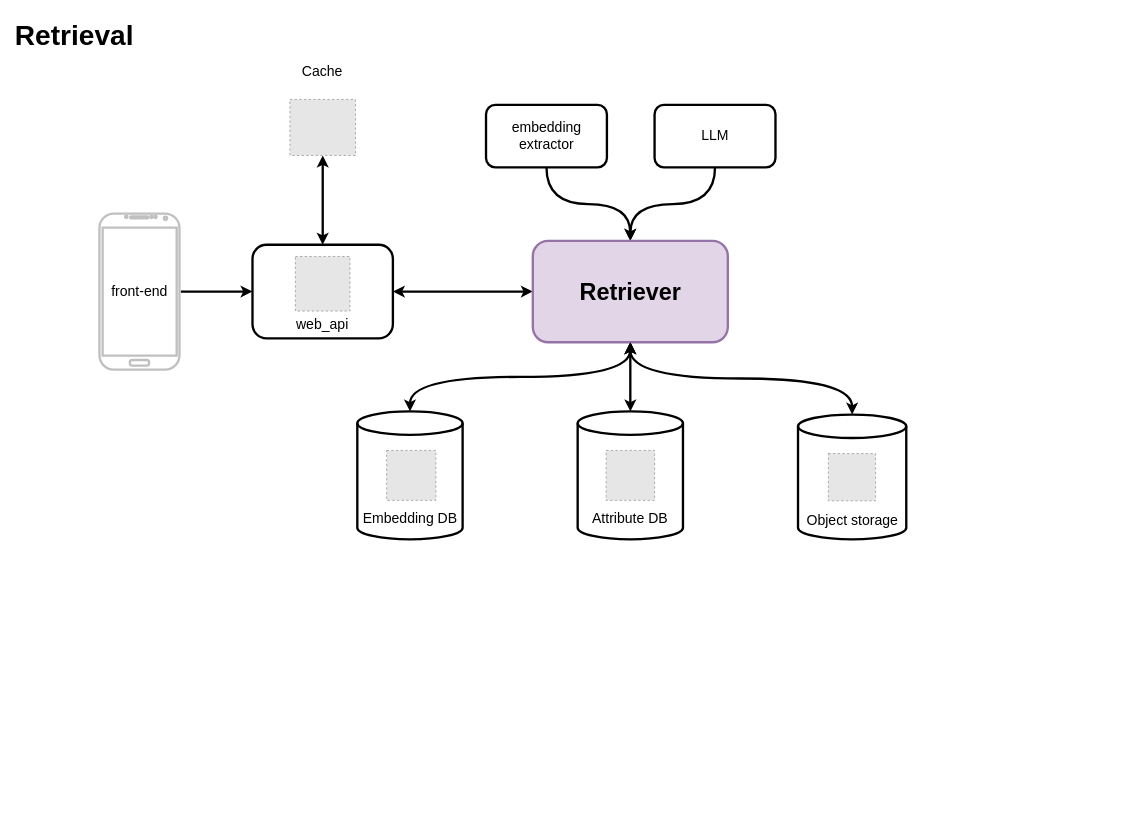
hoanghl/visual-retriever keeps this draw.io diagram as page "system-components" (1 of 5) of docs/system-diagram.drawio. Above is the earlier version. Source tidied: cells renumbered, new cells numbered last; positions are measured from the earlier drawing's top-left corner, leaving out a move shared by most shapes. Both pictures are drawn from the tidied source at 78%, with x=0, y=0 at pixel (13, 13). Pictures stored in the file or linked from it are replaced by grey dashed boxes.
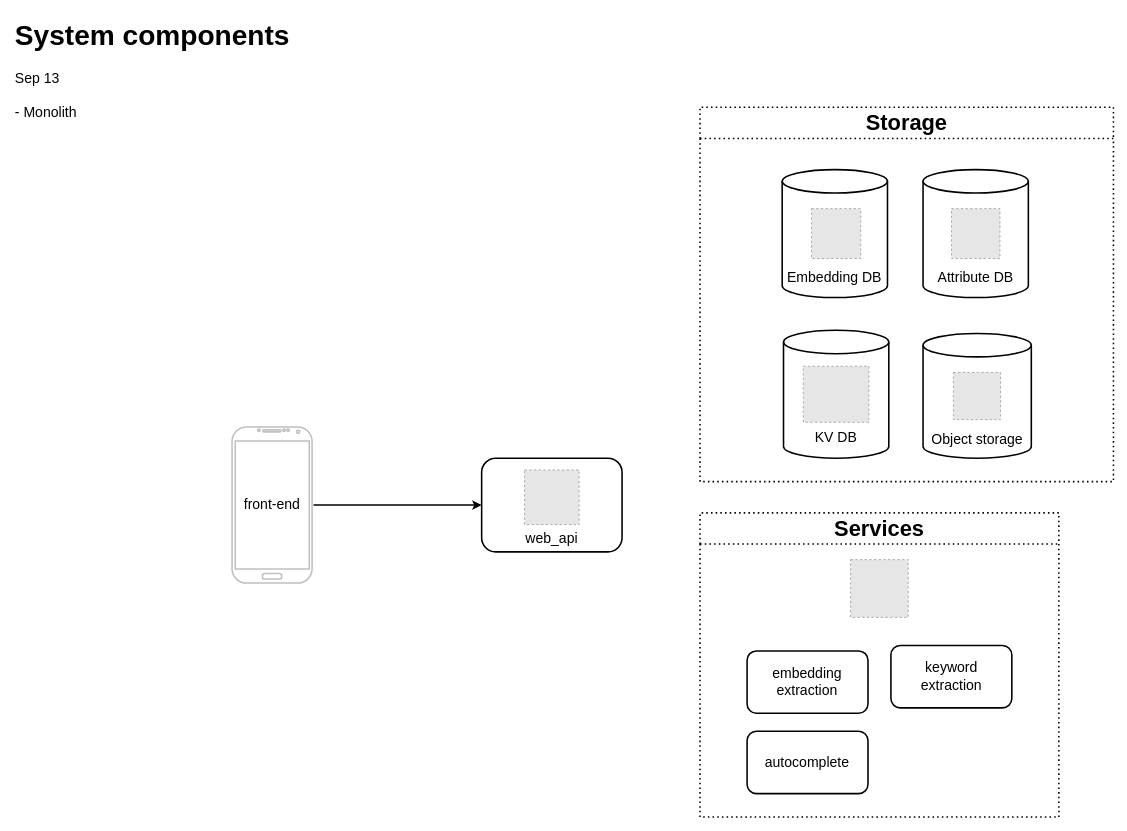
The same diagram, later.

What changed in the source:
```diff
@@
-    <mxCell id="2" value="&lt;h1 style=&quot;margin-top: 0px;&quot;&gt;Retrieval&lt;br&gt;&lt;/h1&gt;" style="text;html=1;whiteSpace=wrap;overflow=hidden;rounded=0;fontSize=18;strokeWidth=3;" parent="1" vertex="1">
-      <mxGeometry width="493.7" height="120" as="geometry" />
-    </mxCell>
-    <mxCell id="3" style="edgeStyle=orthogonalEdgeStyle;rounded=0;jettySize=auto;html=1;exitX=0.5;exitY=1;exitDx=0;exitDy=0;entryX=0.5;entryY=0;entryDx=0;entryDy=0;strokeWidth=3;curved=1;startArrow=classic;startFill=1;fontSize=18;" parent="1" edge="1" source="4" target="7">
-      <mxGeometry relative="1" as="geometry" />
-    </mxCell>
-    <mxCell id="4" style="fillColor=#E6E6E6;strokeColor=#999999;dashed=1;verticalLabelPosition=bottom;labelBackgroundColor=default;verticalAlign=top;fontSize=18;" parent="1" vertex="1">
-      <mxGeometry x="354.2" y="110" width="84.1" height="71.8" as="geometry" />
-    </mxCell>
-    <mxCell id="5" style="verticalLabelPosition=bottom;verticalAlign=top;html=1;shadow=0;dashed=0;strokeWidth=3;shape=mxgraph.android.phone2;strokeColor=#c0c0c0;fontSize=18;" parent="1" vertex="1">
-      <mxGeometry x="110" y="256.3" width="102.6" height="200" as="geometry" />
+    <mxCell id="5" style="verticalLabelPosition=bottom;verticalAlign=top;html=1;shadow=0;dashed=0;strokeWidth=2;shape=mxgraph.android.phone2;strokeColor=#c0c0c0;fontSize=18;" parent="1" vertex="1">
+      <mxGeometry x="280" y="530" width="102.6" height="200" as="geometry" />
     </mxCell>
-    <mxCell id="6" style="edgeStyle=orthogonalEdgeStyle;rounded=0;jettySize=auto;html=1;exitX=1;exitY=0.5;exitDx=0;exitDy=0;entryX=0;entryY=0.5;entryDx=0;entryDy=0;strokeWidth=3;curved=1;startArrow=classic;startFill=1;fontSize=18;" parent="1" edge="1" source="7" target="24">
-      <mxGeometry relative="1" as="geometry" />
-    </mxCell>
-    <mxCell id="7" value="&lt;div&gt;&lt;br&gt;&lt;/div&gt;&lt;div&gt;&lt;br&gt;&lt;/div&gt;&lt;div&gt;&lt;br&gt;&lt;/div&gt;&lt;div&gt;&lt;br&gt;&lt;/div&gt;web_api" style="rounded=1;whiteSpace=wrap;html=1;fontSize=18;strokeWidth=3;" parent="1" vertex="1">
-      <mxGeometry x="306.2" y="296.3" width="180" height="120" as="geometry" />
+    <mxCell id="7" value="&lt;div&gt;&lt;br&gt;&lt;/div&gt;&lt;div&gt;&lt;br&gt;&lt;/div&gt;&lt;div&gt;&lt;br&gt;&lt;/div&gt;&lt;div&gt;&lt;br&gt;&lt;/div&gt;web_api" style="rounded=1;whiteSpace=wrap;html=1;fontSize=18;strokeWidth=2;" parent="1" vertex="1">
+      <mxGeometry x="600" y="570" width="180" height="120" as="geometry" />
     </mxCell>
-    <mxCell id="8" value="front-end" style="text;html=1;align=center;verticalAlign=middle;strokeColor=none;fillColor=none;fontSize=18;strokeWidth=3;" parent="1" vertex="1">
-      <mxGeometry x="111.3" y="336.3" width="100" height="40" as="geometry" />
+    <mxCell id="8" value="front-end" style="text;html=1;align=center;verticalAlign=middle;strokeColor=none;fillColor=none;fontSize=18;strokeWidth=2;" parent="1" vertex="1">
+      <mxGeometry x="281.3" y="610" width="100" height="40" as="geometry" />
     </mxCell>
     <mxCell id="9" style="fillColor=#E6E6E6;strokeColor=#999999;dashed=1;verticalLabelPosition=bottom;labelBackgroundColor=default;verticalAlign=top;fontSize=18;" parent="1" vertex="1">
-      <mxGeometry x="361.2" y="311.3" width="70" height="70" as="geometry" />
+      <mxGeometry x="655" y="585" width="70" height="70" as="geometry" />
     </mxCell>
-    <mxCell id="10" style="edgeStyle=orthogonalEdgeStyle;rounded=0;jettySize=auto;html=1;exitX=1.018;exitY=0.5;exitDx=0;exitDy=0;strokeWidth=3;entryX=0;entryY=0.5;entryDx=0;entryDy=0;exitPerimeter=0;curved=1;fontSize=18;" parent="1" edge="1" source="5" target="7">
+    <mxCell id="10" style="edgeStyle=orthogonalEdgeStyle;rounded=0;jettySize=auto;html=1;exitX=1.018;exitY=0.5;exitDx=0;exitDy=0;strokeWidth=2;entryX=0;entryY=0.5;entryDx=0;entryDy=0;exitPerimeter=0;curved=1;fontSize=18;" parent="1" edge="1" source="5" target="7">
       <mxGeometry relative="1" as="geometry" />
     </mxCell>
-    <mxCell id="11" style="edgeStyle=orthogonalEdgeStyle;rounded=0;jettySize=auto;html=1;exitX=0.5;exitY=1;exitDx=0;exitDy=0;entryX=0.5;entryY=0;entryDx=0;entryDy=0;strokeWidth=3;curved=1;fontSize=18;" parent="1" edge="1" source="12" target="24">
-      <mxGeometry relative="1" as="geometry" />
-    </mxCell>
-    <mxCell id="12" value="embedding&lt;div&gt;extractor&lt;/div&gt;" style="rounded=1;whiteSpace=wrap;html=1;fontSize=18;strokeWidth=3;" parent="1" vertex="1">
-      <mxGeometry x="605.6" y="117" width="155" height="80" as="geometry" />
-    </mxCell>
-    <mxCell id="13" style="edgeStyle=orthogonalEdgeStyle;rounded=0;jettySize=auto;html=1;exitX=0.5;exitY=0;exitDx=0;exitDy=0;exitPerimeter=0;entryX=0.5;entryY=1;entryDx=0;entryDy=0;strokeWidth=3;curved=1;startArrow=classic;startFill=1;fontSize=18;" parent="1" edge="1" source="14" target="24">
-      <mxGeometry relative="1" as="geometry" />
-    </mxCell>
+    <mxCell id="26" value="&lt;h1 style=&quot;margin-top: 0px;&quot;&gt;System components&lt;/h1&gt;&lt;div&gt;Sep 13&lt;/div&gt;&lt;div&gt;&lt;br&gt;&lt;/div&gt;&lt;div&gt;- Monolith&lt;/div&gt;" style="text;html=1;whiteSpace=wrap;overflow=hidden;rounded=0;fontFamily=Helvetica;fontSize=18;fontColor=default;labelBackgroundColor=default;strokeWidth=2;" parent="1" vertex="1">
+      <mxGeometry width="380" height="220" as="geometry" />
+    </mxCell>
+    <mxCell id="27" value="&lt;font style=&quot;font-size: 28px;&quot;&gt;Storage&lt;/font&gt;" style="swimlane;whiteSpace=wrap;html=1;strokeColor=default;strokeWidth=2;align=center;verticalAlign=middle;fontFamily=Helvetica;fontSize=18;fontColor=default;labelBackgroundColor=default;fillColor=default;startSize=40;dashed=1;dashPattern=1 2;" parent="1" vertex="1">
+      <mxGeometry x="880" y="120" width="530" height="480" as="geometry" />
+    </mxCell>
-    <mxCell id="14" value="&lt;div&gt;&lt;span style=&quot;background-color: transparent; color: light-dark(rgb(0, 0, 0), rgb(255, 255, 255));&quot;&gt;&lt;br&gt;&lt;/span&gt;&lt;/div&gt;&lt;div&gt;&lt;span style=&quot;background-color: transparent; color: light-dark(rgb(0, 0, 0), rgb(255, 255, 255));&quot;&gt;&lt;br&gt;&lt;/span&gt;&lt;/div&gt;&lt;div&gt;&lt;span style=&quot;background-color: transparent; color: light-dark(rgb(0, 0, 0), rgb(255, 255, 255));&quot;&gt;&lt;br&gt;&lt;/span&gt;&lt;/div&gt;&lt;div&gt;&lt;span style=&quot;background-color: transparent; color: light-dark(rgb(0, 0, 0), rgb(255, 255, 255));&quot;&gt;&lt;br&gt;&lt;/span&gt;&lt;/div&gt;&lt;div&gt;Object storage&lt;/div&gt;" style="shape=cylinder3;whiteSpace=wrap;html=1;boundedLbl=1;backgroundOutline=1;size=15;fontSize=18;strokeWidth=3;" parent="1" vertex="1">
-      <mxGeometry x="1005.6" y="514" width="138.8" height="160" as="geometry" />
+    <mxCell id="14" value="&lt;div&gt;&lt;span style=&quot;background-color: transparent; color: light-dark(rgb(0, 0, 0), rgb(255, 255, 255));&quot;&gt;&lt;br&gt;&lt;/span&gt;&lt;/div&gt;&lt;div&gt;&lt;span style=&quot;background-color: transparent; color: light-dark(rgb(0, 0, 0), rgb(255, 255, 255));&quot;&gt;&lt;br&gt;&lt;/span&gt;&lt;/div&gt;&lt;div&gt;&lt;span style=&quot;background-color: transparent; color: light-dark(rgb(0, 0, 0), rgb(255, 255, 255));&quot;&gt;&lt;br&gt;&lt;/span&gt;&lt;/div&gt;&lt;div&gt;&lt;span style=&quot;background-color: transparent; color: light-dark(rgb(0, 0, 0), rgb(255, 255, 255));&quot;&gt;&lt;br&gt;&lt;/span&gt;&lt;/div&gt;&lt;div&gt;Object storage&lt;/div&gt;" style="shape=cylinder3;whiteSpace=wrap;html=1;boundedLbl=1;backgroundOutline=1;size=15;fontSize=18;strokeWidth=2;" parent="27" vertex="1">
+      <mxGeometry x="285.9" y="290" width="138.8" height="160" as="geometry" />
     </mxCell>
-    <mxCell id="15" style="fillColor=#E6E6E6;strokeColor=#999999;dashed=1;verticalLabelPosition=bottom;labelBackgroundColor=default;verticalAlign=top;fontSize=18;" parent="1" vertex="1">
-      <mxGeometry x="1044.5" y="564" width="60.5" height="60.5" as="geometry" />
+    <mxCell id="15" style="fillColor=#E6E6E6;strokeColor=#999999;dashed=1;verticalLabelPosition=bottom;labelBackgroundColor=default;verticalAlign=top;fontSize=18;" parent="27" vertex="1">
+      <mxGeometry x="324.8" y="340" width="60.5" height="60.5" as="geometry" />
     </mxCell>
-    <mxCell id="16" value="&lt;div&gt;&lt;br&gt;&lt;/div&gt;&lt;div&gt;&lt;br&gt;&lt;/div&gt;&lt;div&gt;&lt;br&gt;&lt;/div&gt;&lt;div&gt;&lt;br&gt;&lt;/div&gt;Attribute DB" style="shape=cylinder3;whiteSpace=wrap;html=1;boundedLbl=1;backgroundOutline=1;size=15;fontSize=18;strokeWidth=3;" parent="1" vertex="1">
-      <mxGeometry x="723.1" y="510" width="135" height="164" as="geometry" />
+    <mxCell id="16" value="&lt;div&gt;&lt;br&gt;&lt;/div&gt;&lt;div&gt;&lt;br&gt;&lt;/div&gt;&lt;div&gt;&lt;br&gt;&lt;/div&gt;&lt;div&gt;&lt;br&gt;&lt;/div&gt;Attribute DB" style="shape=cylinder3;whiteSpace=wrap;html=1;boundedLbl=1;backgroundOutline=1;size=15;fontSize=18;strokeWidth=2;" parent="27" vertex="1">
+      <mxGeometry x="285.9" y="80" width="135" height="164" as="geometry" />
     </mxCell>
-    <mxCell id="17" style="edgeStyle=orthogonalEdgeStyle;rounded=0;jettySize=auto;html=1;exitX=0.5;exitY=1;exitDx=0;exitDy=0;entryX=0.5;entryY=0;entryDx=0;entryDy=0;strokeWidth=3;curved=1;fontSize=18;" parent="1" edge="1" source="18" target="24">
-      <mxGeometry relative="1" as="geometry" />
-    </mxCell>
-    <mxCell id="18" value="LLM" style="rounded=1;whiteSpace=wrap;html=1;fontSize=18;strokeWidth=3;" parent="1" vertex="1">
-      <mxGeometry x="821.7" y="117" width="155" height="80" as="geometry" />
-    </mxCell>
-    <mxCell id="19" style="fillColor=#E6E6E6;strokeColor=#999999;dashed=1;verticalLabelPosition=bottom;labelBackgroundColor=default;verticalAlign=top;fontSize=18;" parent="1" vertex="1">
-      <mxGeometry x="759.6" y="560" width="62.1" height="64" as="geometry" />
+    <mxCell id="19" style="fillColor=#E6E6E6;strokeColor=#999999;dashed=1;verticalLabelPosition=bottom;labelBackgroundColor=default;verticalAlign=top;fontSize=18;" parent="27" vertex="1">
+      <mxGeometry x="322.4" y="130" width="62.1" height="64" as="geometry" />
     </mxCell>
-    <mxCell id="20" value="&lt;div&gt;&lt;br&gt;&lt;/div&gt;&lt;div&gt;&lt;br&gt;&lt;/div&gt;&lt;div&gt;&lt;br&gt;&lt;/div&gt;&lt;div&gt;&lt;br&gt;&lt;/div&gt;&lt;div&gt;&lt;span style=&quot;background-color: transparent; color: light-dark(rgb(0, 0, 0), rgb(255, 255, 255));&quot;&gt;Embedding DB&lt;/span&gt;&lt;/div&gt;" style="shape=cylinder3;whiteSpace=wrap;html=1;boundedLbl=1;backgroundOutline=1;size=15;fontSize=18;strokeWidth=3;" parent="1" vertex="1">
-      <mxGeometry x="440.6" y="510" width="135" height="164" as="geometry" />
+    <mxCell id="20" value="&lt;div&gt;&lt;br&gt;&lt;/div&gt;&lt;div&gt;&lt;br&gt;&lt;/div&gt;&lt;div&gt;&lt;br&gt;&lt;/div&gt;&lt;div&gt;&lt;br&gt;&lt;/div&gt;&lt;div&gt;&lt;span style=&quot;background-color: transparent; color: light-dark(rgb(0, 0, 0), rgb(255, 255, 255));&quot;&gt;Embedding DB&lt;/span&gt;&lt;/div&gt;" style="shape=cylinder3;whiteSpace=wrap;html=1;boundedLbl=1;backgroundOutline=1;size=15;fontSize=18;strokeWidth=2;" parent="27" vertex="1">
+      <mxGeometry x="105.3" y="80" width="135" height="164" as="geometry" />
     </mxCell>
-    <mxCell id="21" style="fillColor=#E6E6E6;strokeColor=#999999;dashed=1;verticalLabelPosition=bottom;labelBackgroundColor=default;verticalAlign=top;fontSize=18;" parent="1" vertex="1">
-      <mxGeometry x="478.2" y="560" width="63.1" height="64" as="geometry" />
+    <mxCell id="21" style="fillColor=#E6E6E6;strokeColor=#999999;dashed=1;verticalLabelPosition=bottom;labelBackgroundColor=default;verticalAlign=top;fontSize=18;" parent="27" vertex="1">
+      <mxGeometry x="142.9" y="130" width="63.1" height="64" as="geometry" />
     </mxCell>
-    <mxCell id="22" value="Cache" style="text;html=1;align=center;verticalAlign=middle;whiteSpace=wrap;rounded=0;fontSize=18;strokeWidth=3;" parent="1" vertex="1">
-      <mxGeometry x="366.2" y="60" width="60" height="30" as="geometry" />
-    </mxCell>
-    <mxCell id="23" style="edgeStyle=orthogonalEdgeStyle;rounded=0;jettySize=auto;html=1;exitX=0.5;exitY=1;exitDx=0;exitDy=0;strokeWidth=3;curved=1;startArrow=classic;startFill=1;fontSize=18;" parent="1" edge="1" source="24" target="20">
-      <mxGeometry relative="1" as="geometry" />
-    </mxCell>
-    <mxCell id="24" value="&lt;font style=&quot;font-size: 30px;&quot;&gt;&lt;b&gt;Retriever&lt;/b&gt;&lt;/font&gt;" style="rounded=1;whiteSpace=wrap;html=1;fontSize=18;strokeWidth=3;fillColor=#e1d5e7;strokeColor=#9673a6;" parent="1" vertex="1">
-      <mxGeometry x="665.6" y="291.3" width="250" height="130" as="geometry" />
-    </mxCell>
-    <mxCell id="25" style="edgeStyle=orthogonalEdgeStyle;rounded=0;jettySize=auto;html=1;exitX=0.5;exitY=1;exitDx=0;exitDy=0;entryX=0.5;entryY=0;entryDx=0;entryDy=0;entryPerimeter=0;strokeWidth=3;curved=1;startArrow=classic;startFill=1;fontSize=18;" parent="1" edge="1" source="24" target="16">
-      <mxGeometry relative="1" as="geometry" />
-    </mxCell>
+    <mxCell id="28" value="&lt;div&gt;&lt;br&gt;&lt;/div&gt;&lt;div&gt;&lt;br&gt;&lt;/div&gt;&lt;div&gt;&lt;br&gt;&lt;/div&gt;&lt;div&gt;&lt;br&gt;&lt;/div&gt;&lt;div&gt;&lt;span style=&quot;background-color: transparent; color: light-dark(rgb(0, 0, 0), rgb(255, 255, 255));&quot;&gt;KV DB&lt;/span&gt;&lt;/div&gt;" style="shape=cylinder3;whiteSpace=wrap;html=1;boundedLbl=1;backgroundOutline=1;size=15;fontSize=18;strokeWidth=2;" parent="27" vertex="1">
+      <mxGeometry x="107" y="286" width="135" height="164" as="geometry" />
+    </mxCell>
+    <mxCell id="29" style="fillColor=#E6E6E6;strokeColor=#999999;dashed=1;verticalLabelPosition=bottom;labelBackgroundColor=default;verticalAlign=top;fontSize=18;" parent="27" vertex="1">
+      <mxGeometry x="132.4" y="332.1" width="84.1" height="71.8" as="geometry" />
+    </mxCell>
+    <mxCell id="30" value="&lt;font style=&quot;font-size: 28px;&quot;&gt;Services&lt;/font&gt;" style="swimlane;whiteSpace=wrap;html=1;strokeColor=default;strokeWidth=2;align=center;verticalAlign=middle;fontFamily=Helvetica;fontSize=18;fontColor=default;labelBackgroundColor=default;fillColor=default;startSize=40;dashed=1;dashPattern=1 2;" parent="1" vertex="1">
+      <mxGeometry x="880" y="640" width="460" height="390" as="geometry" />
+    </mxCell>
+    <mxCell id="12" value="embedding&lt;div&gt;extraction&lt;/div&gt;" style="rounded=1;whiteSpace=wrap;html=1;fontSize=18;strokeWidth=2;" parent="30" vertex="1">
+      <mxGeometry x="60.3" y="177" width="155" height="80" as="geometry" />
+    </mxCell>
+    <mxCell id="18" value="keyword&lt;div&gt;extraction&lt;/div&gt;" style="rounded=1;whiteSpace=wrap;html=1;fontSize=18;strokeWidth=2;" parent="30" vertex="1">
+      <mxGeometry x="244.7" y="170" width="155" height="80" as="geometry" />
+    </mxCell>
+    <mxCell id="31" value="autocomplete" style="rounded=1;whiteSpace=wrap;html=1;fontSize=18;strokeWidth=2;" parent="30" vertex="1">
+      <mxGeometry x="60.3" y="280" width="155" height="80" as="geometry" />
+    </mxCell>
+    <mxCell id="32" style="fillColor=#E6E6E6;strokeColor=#999999;dashed=1;verticalLabelPosition=bottom;labelBackgroundColor=default;verticalAlign=top;" parent="30" vertex="1">
+      <mxGeometry x="193" y="60" width="73.9" height="74" as="geometry" />
+    </mxCell>
```
